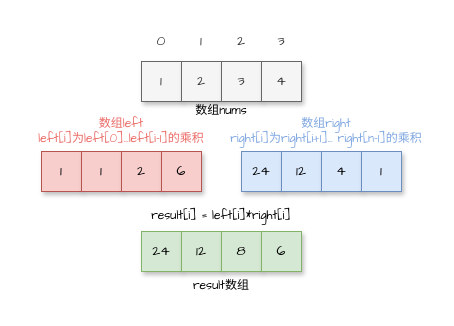
Before: draw.io/除自身以外数组的乘积.drawio in goldknife6/algorithm, a draw.io diagram. Source tidied: cells renumbered, new cells numbered last; positions are measured from the earlier drawing's top-left corner, leaving out a move shared by most shapes. Both pictures are drawn from the tidied source at 100%, with x=0, y=0 at pixel (21, 21).
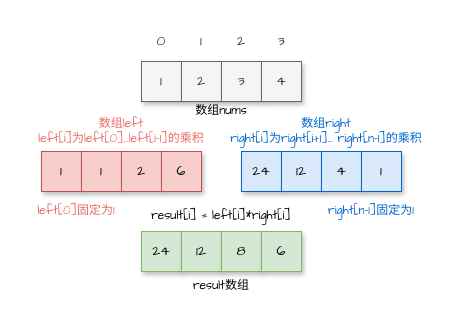
The same diagram, later.

Commit message (it also covers changes not shown here):
更新除自身以外数组的乘积.drawio

What changed in the source:
```diff
@@
-    <mxCell id="10" value="&lt;font style=&quot;font-size: 14px&quot; face=&quot;Comic Sans MS&quot;&gt;24&lt;/font&gt;" style="rounded=0;whiteSpace=wrap;html=1;fillColor=#dae8fc;strokeColor=#6c8ebf;shadow=1;" parent="1" vertex="1">
+    <mxCell id="10" value="&lt;font style=&quot;font-size: 14px&quot; face=&quot;Comic Sans MS&quot;&gt;24&lt;/font&gt;" style="rounded=0;whiteSpace=wrap;html=1;fillColor=#dae8fc;strokeColor=#0066CC;shadow=1;" parent="1" vertex="1">
       <mxGeometry x="220" y="130" width="40" height="40" as="geometry" />
     </mxCell>
-    <mxCell id="11" value="&lt;font style=&quot;font-size: 14px&quot; face=&quot;Comic Sans MS&quot;&gt;12&lt;/font&gt;" style="rounded=0;whiteSpace=wrap;html=1;fillColor=#dae8fc;strokeColor=#6c8ebf;shadow=1;" parent="1" vertex="1">
+    <mxCell id="11" value="&lt;font style=&quot;font-size: 14px&quot; face=&quot;Comic Sans MS&quot;&gt;12&lt;/font&gt;" style="rounded=0;whiteSpace=wrap;html=1;fillColor=#dae8fc;strokeColor=#0066CC;shadow=1;" parent="1" vertex="1">
       <mxGeometry x="260" y="130" width="40" height="40" as="geometry" />
     </mxCell>
-    <mxCell id="12" value="&lt;font style=&quot;font-size: 14px&quot; face=&quot;Comic Sans MS&quot;&gt;4&lt;/font&gt;" style="rounded=0;whiteSpace=wrap;html=1;fillColor=#dae8fc;strokeColor=#6c8ebf;shadow=1;" parent="1" vertex="1">
+    <mxCell id="12" value="&lt;font style=&quot;font-size: 14px&quot; face=&quot;Comic Sans MS&quot;&gt;4&lt;/font&gt;" style="rounded=0;whiteSpace=wrap;html=1;fillColor=#dae8fc;strokeColor=#0066CC;shadow=1;" parent="1" vertex="1">
       <mxGeometry x="300" y="130" width="40" height="40" as="geometry" />
     </mxCell>
-    <mxCell id="13" value="&lt;font style=&quot;font-size: 14px&quot; face=&quot;Comic Sans MS&quot;&gt;1&lt;/font&gt;" style="rounded=0;whiteSpace=wrap;html=1;fillColor=#dae8fc;strokeColor=#6c8ebf;shadow=1;" parent="1" vertex="1">
+    <mxCell id="13" value="&lt;font style=&quot;font-size: 14px&quot; face=&quot;Comic Sans MS&quot;&gt;1&lt;/font&gt;" style="rounded=0;whiteSpace=wrap;html=1;fillColor=#dae8fc;strokeColor=#0066CC;shadow=1;" parent="1" vertex="1">
       <mxGeometry x="340" y="130" width="40" height="40" as="geometry" />
     </mxCell>
@@
-    <mxCell id="23" value="&lt;font color=&quot;#7ea6e0&quot;&gt;数组right&lt;br&gt;&lt;/font&gt;&lt;span style=&quot;color: rgb(126 , 166 , 224)&quot;&gt;right&lt;/span&gt;&lt;font color=&quot;#7ea6e0&quot;&gt;[i]为&lt;/font&gt;&lt;span style=&quot;color: rgb(126 , 166 , 224)&quot;&gt;right&lt;/span&gt;&lt;font color=&quot;#7ea6e0&quot;&gt;[i+1]...&lt;/font&gt;&lt;span style=&quot;color: rgb(126 , 166 , 224)&quot;&gt;&amp;nbsp;right&lt;/span&gt;&lt;font color=&quot;#7ea6e0&quot;&gt;[n-1]的乘积&lt;/font&gt;" style="text;html=1;strokeColor=none;fillColor=none;align=center;verticalAlign=middle;whiteSpace=wrap;rounded=0;shadow=1;fontFamily=Comic Sans MS;fontSize=12;fontColor=#EA6B66;opacity=0;" parent="1" vertex="1">
+    <mxCell id="23" value="&lt;font color=&quot;#0066cc&quot;&gt;数组right&lt;br&gt;right[i]为right[i+1]...&amp;nbsp;right[n-1]的乘积&lt;/font&gt;" style="text;html=1;strokeColor=none;fillColor=none;align=center;verticalAlign=middle;whiteSpace=wrap;rounded=0;shadow=1;fontFamily=Comic Sans MS;fontSize=12;fontColor=#EA6B66;opacity=0;" parent="1" vertex="1">
       <mxGeometry x="200" y="90" width="210" height="40" as="geometry" />
     </mxCell>
@@
+    <mxCell id="27" value="left[0]固定为1" style="text;html=1;strokeColor=none;fillColor=none;align=center;verticalAlign=middle;whiteSpace=wrap;rounded=0;shadow=1;fontFamily=Comic Sans MS;fontSize=12;fontColor=#EA6B66;opacity=0;" parent="1" vertex="1">
+      <mxGeometry x="10" y="180" width="90" height="20" as="geometry" />
+    </mxCell>
+    <mxCell id="28" value="&lt;font color=&quot;#0066cc&quot;&gt;right[n-1]固定为1&lt;/font&gt;" style="text;html=1;strokeColor=none;fillColor=none;align=center;verticalAlign=middle;whiteSpace=wrap;rounded=0;shadow=1;fontFamily=Comic Sans MS;fontSize=12;fontColor=#EA6B66;opacity=0;" parent="1" vertex="1">
+      <mxGeometry x="300" y="180" width="100" height="20" as="geometry" />
+    </mxCell>
```
